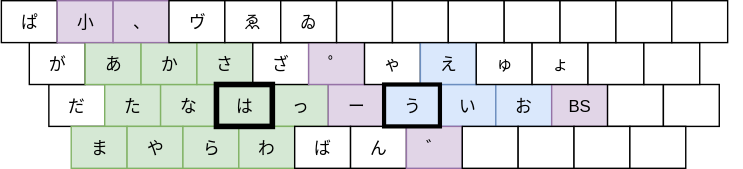
This is layout_image.drawio.svg from funatsufumiya/pc-f-layout, a draw.io export, as it was before one commit. Source tidied: cells renumbered, new cells last; positions are measured from the earlier drawing's top-left corner, leaving out a move shared by most shapes.
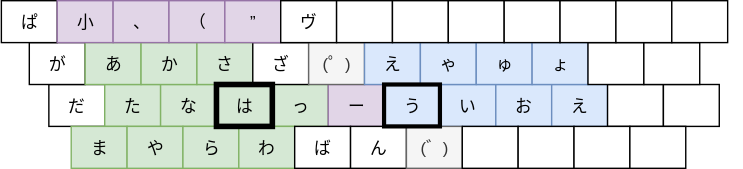
Above is the later version.

What changed in the source:
```diff
@@ -23,7 +23,7 @@
     <mxCell id="8" value="お" style="rounded=0;whiteSpace=wrap;html=1;fillColor=#dae8fc;strokeColor=#6c8ebf;" parent="1" vertex="1">
       <mxGeometry x="354" y="60" width="40" height="30" as="geometry" />
     </mxCell>
-    <mxCell id="9" value="BS" style="rounded=0;whiteSpace=wrap;html=1;fillColor=#e1d5e7;strokeColor=#9673a6;" parent="1" vertex="1">
+    <mxCell id="9" value="え" style="rounded=0;whiteSpace=wrap;html=1;fillColor=#dae8fc;strokeColor=#6c8ebf;" parent="1" vertex="1">
       <mxGeometry x="394" y="60" width="40" height="30" as="geometry" />
     </mxCell>
     <mxCell id="10" style="rounded=0;whiteSpace=wrap;html=1;" parent="1" vertex="1">
@@ -53,7 +53,7 @@
     <mxCell id="18" value="ん" style="rounded=0;whiteSpace=wrap;html=1;" parent="12" vertex="1">
       <mxGeometry x="200" width="40" height="30" as="geometry" />
     </mxCell>
-    <mxCell id="19" value="゛" style="rounded=0;whiteSpace=wrap;html=1;fillColor=#e1d5e7;strokeColor=#9673a6;" parent="12" vertex="1">
+    <mxCell id="19" value="(゛)" style="rounded=0;whiteSpace=wrap;html=1;fillColor=#f5f5f5;strokeColor=#666666;fontColor=#333333;" parent="12" vertex="1">
       <mxGeometry x="240" width="40" height="30" as="geometry" />
     </mxCell>
     <mxCell id="20" style="rounded=0;whiteSpace=wrap;html=1;" parent="12" vertex="1">
@@ -89,19 +89,19 @@
     <mxCell id="30" value="ざ" style="rounded=0;whiteSpace=wrap;html=1;" parent="25" vertex="1">
       <mxGeometry x="160" width="40" height="30" as="geometry" />
     </mxCell>
-    <mxCell id="31" value="゜" style="rounded=0;whiteSpace=wrap;html=1;fillColor=#e1d5e7;strokeColor=#9673a6;" parent="25" vertex="1">
+    <mxCell id="31" value="(゜)" style="rounded=0;whiteSpace=wrap;html=1;fillColor=#f5f5f5;strokeColor=#666666;fontColor=#333333;" parent="25" vertex="1">
       <mxGeometry x="200" width="40" height="30" as="geometry" />
     </mxCell>
-    <mxCell id="32" value="ゃ" style="rounded=0;whiteSpace=wrap;html=1;" parent="25" vertex="1">
+    <mxCell id="32" value="え" style="rounded=0;whiteSpace=wrap;html=1;fillColor=#dae8fc;strokeColor=#6c8ebf;" parent="25" vertex="1">
       <mxGeometry x="240" width="40" height="30" as="geometry" />
     </mxCell>
-    <mxCell id="33" value="え" style="rounded=0;whiteSpace=wrap;html=1;fillColor=#dae8fc;strokeColor=#6c8ebf;" parent="25" vertex="1">
+    <mxCell id="33" value="ゃ" style="rounded=0;whiteSpace=wrap;html=1;fillColor=#dae8fc;strokeColor=#6c8ebf;" parent="25" vertex="1">
       <mxGeometry x="280" width="40" height="30" as="geometry" />
     </mxCell>
-    <mxCell id="34" value="ゅ" style="rounded=0;whiteSpace=wrap;html=1;" parent="25" vertex="1">
+    <mxCell id="34" value="ゅ" style="rounded=0;whiteSpace=wrap;html=1;fillColor=#dae8fc;strokeColor=#6c8ebf;" parent="25" vertex="1">
       <mxGeometry x="320" width="40" height="30" as="geometry" />
     </mxCell>
-    <mxCell id="35" value="ょ" style="rounded=0;whiteSpace=wrap;html=1;" parent="25" vertex="1">
+    <mxCell id="35" value="ょ" style="rounded=0;whiteSpace=wrap;html=1;fillColor=#dae8fc;strokeColor=#6c8ebf;" parent="25" vertex="1">
       <mxGeometry x="360" width="40" height="30" as="geometry" />
     </mxCell>
     <mxCell id="36" style="rounded=0;whiteSpace=wrap;html=1;" parent="25" vertex="1">
@@ -125,13 +125,13 @@
     <mxCell id="42" value="、" style="rounded=0;whiteSpace=wrap;html=1;fillColor=#e1d5e7;strokeColor=#9673a6;" parent="39" vertex="1">
       <mxGeometry x="80" width="40" height="30" as="geometry" />
     </mxCell>
-    <mxCell id="43" value="ヴ" style="rounded=0;whiteSpace=wrap;html=1;" parent="39" vertex="1">
+    <mxCell id="43" value="（" style="rounded=0;whiteSpace=wrap;html=1;fillColor=#e1d5e7;strokeColor=#9673a6;" parent="39" vertex="1">
       <mxGeometry x="120" width="40" height="30" as="geometry" />
     </mxCell>
-    <mxCell id="44" value="ゑ" style="rounded=0;whiteSpace=wrap;html=1;" parent="39" vertex="1">
+    <mxCell id="44" value="”" style="rounded=0;whiteSpace=wrap;html=1;fillColor=#e1d5e7;strokeColor=#9673a6;" parent="39" vertex="1">
       <mxGeometry x="160" width="40" height="30" as="geometry" />
     </mxCell>
-    <mxCell id="45" value="ゐ" style="rounded=0;whiteSpace=wrap;html=1;" parent="39" vertex="1">
+    <mxCell id="45" value="&lt;span style=&quot;white-space: normal&quot;&gt;ヴ&lt;/span&gt;" style="rounded=0;whiteSpace=wrap;html=1;" parent="39" vertex="1">
       <mxGeometry x="200" width="40" height="30" as="geometry" />
     </mxCell>
     <mxCell id="46" style="rounded=0;whiteSpace=wrap;html=1;" parent="39" vertex="1">
```
